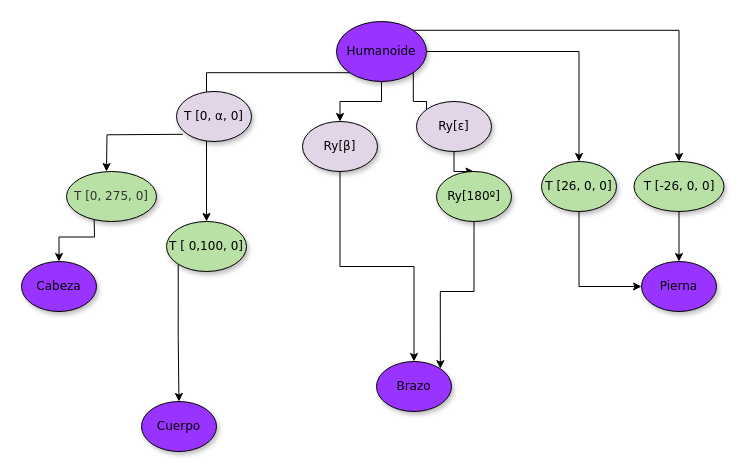
This is docs/Humanoide.drawio from Cristinasj/IG, a draw.io file, before an edit. Source tidied: cells renumbered, new cells numbered last; positions are measured from the earlier drawing's top-left corner, leaving out a move shared by most shapes. Both pictures are drawn from the tidied source at 100%, with x=0, y=0 at pixel (21, 21).
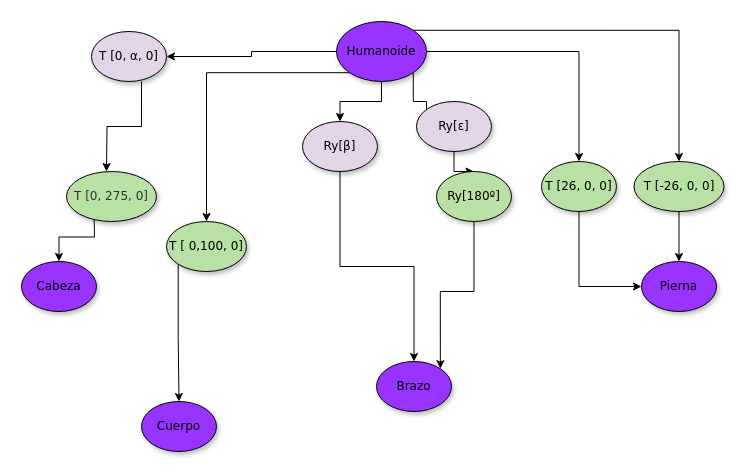
The same page after the edit.

Unchanged cells that the change refers to:
```xml
<mxCell id="7" value="Humanoide" style="ellipse;whiteSpace=wrap;html=1;rounded=0;shadow=1;comic=0;labelBackgroundColor=none;strokeWidth=1;fontFamily=Verdana;fontSize=12;align=center;fillColor=#9933FF;" parent="1" vertex="1">
  <mxGeometry x="315" width="90" height="60" as="geometry" />
</mxCell>
```

What changed in the source:
```diff
@@
+    <mxCell id="28" style="edgeStyle=orthogonalEdgeStyle;rounded=0;jettySize=auto;html=1;exitX=0;exitY=0.5;exitDx=0;exitDy=0;entryX=1;entryY=0.5;entryDx=0;entryDy=0;" parent="1" edge="1" source="7" target="26">
+      <mxGeometry relative="1" as="geometry" />
+    </mxCell>
@@
-    <mxCell id="17" style="edgeStyle=orthogonalEdgeStyle;rounded=0;orthogonalLoop=1;jettySize=auto;html=1;exitX=0;exitY=1;exitDx=0;exitDy=0;entryX=0.667;entryY=0.2;entryDx=0;entryDy=0;entryPerimeter=0;" parent="1" edge="1">
+    <mxCell id="17" style="edgeStyle=orthogonalEdgeStyle;rounded=0;jettySize=auto;html=1;exitX=0.667;exitY=1;exitDx=0;exitDy=0;entryX=0.667;entryY=0.2;entryDx=0;entryDy=0;entryPerimeter=0;exitPerimeter=0;" parent="1" edge="1" source="26">
       <mxGeometry relative="1" as="geometry">
-        <mxPoint x="161.2" y="112.8" as="sourcePoint" />
         <mxPoint x="85" y="150" as="targetPoint" />
       </mxGeometry>
     </mxCell>
@@
     <mxCell id="26" value="&lt;div&gt;T [0, α, 0]&lt;/div&gt;" style="ellipse;whiteSpace=wrap;html=1;rounded=0;shadow=1;comic=0;labelBackgroundColor=none;strokeWidth=1;fontFamily=Verdana;fontSize=12;align=center;fillColor=#e1d5e7;strokeColor=#000000;" parent="1" vertex="1">
-      <mxGeometry x="155" y="70" width="75" height="50" as="geometry" />
+      <mxGeometry x="70" y="10" width="75" height="50" as="geometry" />
     </mxCell>
```
